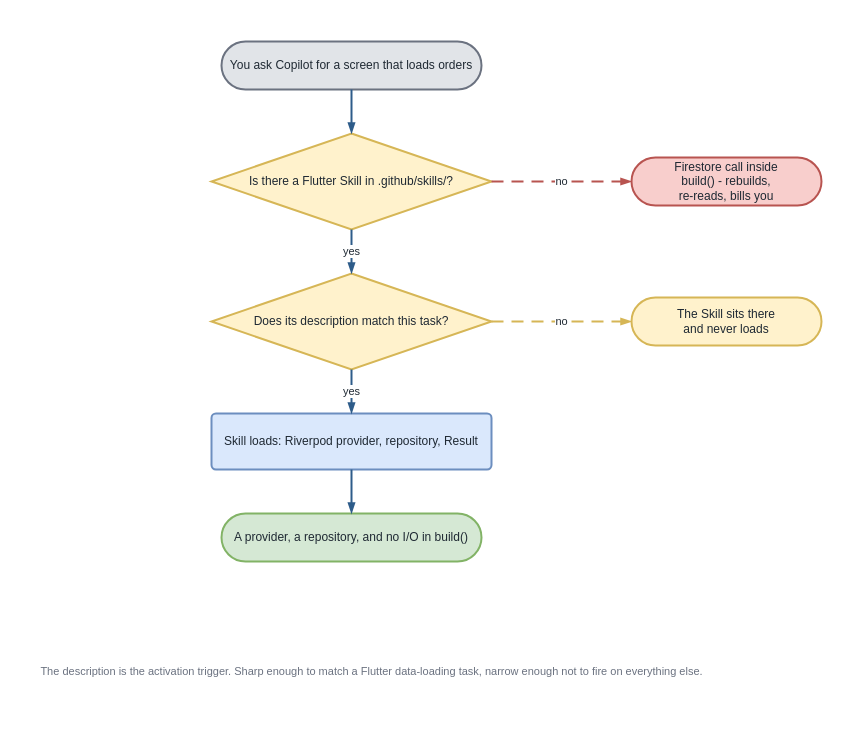
This is src/content/blog/github-copilot-skills/build-flutter-github-copilot-skill-riverpod-firebase/diagrams/flutter-skill-stops-firestore-in-build.drawio from jssuthahar/blog, a draw.io file, before an edit. Source tidied: cells renumbered, new cells numbered last; positions are measured from the earlier drawing's top-left corner, leaving out a move shared by most shapes. Both pictures are drawn from the tidied source at 100%, with x=0, y=0 at pixel (17, 17).
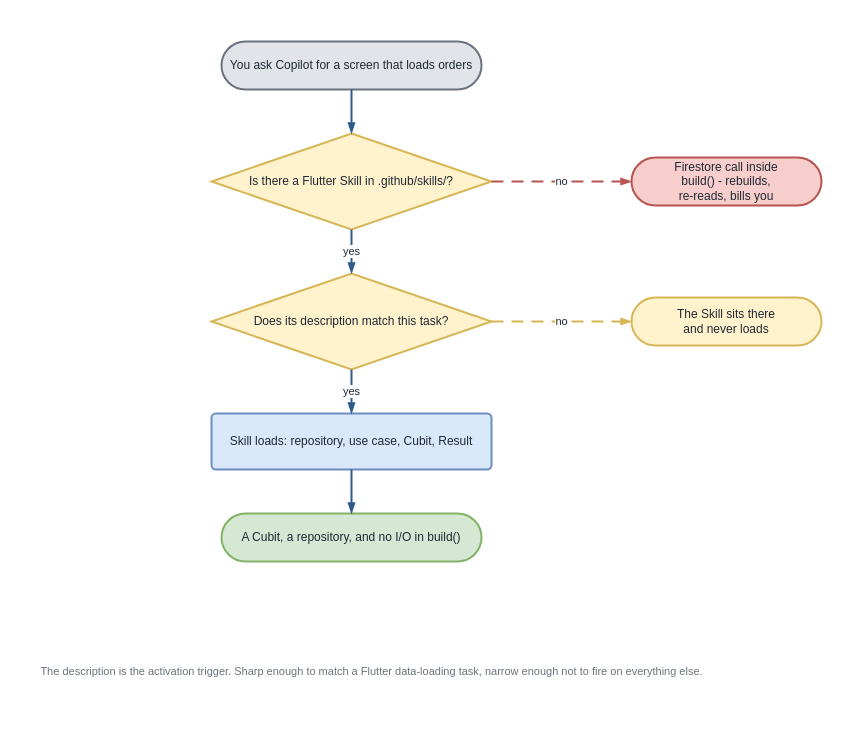
The same page after the edit.

What changed in the source:
```diff
@@
 <mxGraphModel>
   <root>
     <mxCell id="0" />
     <mxCell id="1" parent="0" />
     <mxCell id="2" style="rounded=0;whiteSpace=wrap;html=1;fillColor=#FFFFFF;strokeColor=none;" parent="1" vertex="1">
       <mxGeometry width="828" height="698" as="geometry" />
     </mxCell>
     <mxCell id="3" value="You ask Copilot for a screen that loads orders" style="rounded=1;arcSize=50;whiteSpace=wrap;html=1;fillColor=#E1E4E8;strokeColor=#6B7280;strokeWidth=2;fontSize=12;fontColor=#1F2933;" parent="1" vertex="1">
       <mxGeometry x="204" y="24" width="260" height="48" as="geometry" />
     </mxCell>
     <mxCell id="4" value="Is there a Flutter Skill in .github/skills/?" style="rhombus;whiteSpace=wrap;html=1;fillColor=#FFF2CC;strokeColor=#D6B656;strokeWidth=2;fontSize=12;fontColor=#1F2933;" parent="1" vertex="1">
       <mxGeometry x="194" y="116" width="280" height="96" as="geometry" />
     </mxCell>
     <mxCell id="5" value="Firestore call inside&lt;br&gt;build() - rebuilds,&lt;br&gt;re-reads, bills you" style="rounded=1;arcSize=50;whiteSpace=wrap;html=1;fillColor=#F8CECC;strokeColor=#B85450;strokeWidth=2;fontSize=12;fontColor=#1F2933;" parent="1" vertex="1">
       <mxGeometry x="614" y="140" width="190" height="48" as="geometry" />
     </mxCell>
     <mxCell id="6" value="no" style="html=1;rounded=0;strokeColor=#B85450;strokeWidth=2;fontSize=11;fontColor=#1F2933;labelBackgroundColor=#FFFFFF;endArrow=blockThin;endFill=1;endSize=6;dashed=1;dashPattern=6 4;exitX=1;exitY=0.5;exitDx=0;exitDy=0;" parent="1" edge="1" source="4" target="5">
       <mxGeometry relative="1" as="geometry" />
     </mxCell>
     <mxCell id="7" style="html=1;rounded=0;strokeColor=#2E5C8A;strokeWidth=2;fontSize=11;fontColor=#1F2933;labelBackgroundColor=#FFFFFF;endArrow=blockThin;endFill=1;endSize=6;" parent="1" edge="1" source="3" target="4">
       <mxGeometry relative="1" as="geometry" />
     </mxCell>
     <mxCell id="8" value="Does its description match this task?" style="rhombus;whiteSpace=wrap;html=1;fillColor=#FFF2CC;strokeColor=#D6B656;strokeWidth=2;fontSize=12;fontColor=#1F2933;" parent="1" vertex="1">
       <mxGeometry x="194" y="256" width="280" height="96" as="geometry" />
     </mxCell>
     <mxCell id="9" value="The Skill sits there&lt;br&gt;and never loads" style="rounded=1;arcSize=50;whiteSpace=wrap;html=1;fillColor=#FFF2CC;strokeColor=#D6B656;strokeWidth=2;fontSize=12;fontColor=#1F2933;" parent="1" vertex="1">
       <mxGeometry x="614" y="280" width="190" height="48" as="geometry" />
     </mxCell>
     <mxCell id="10" value="no" style="html=1;rounded=0;strokeColor=#D6B656;strokeWidth=2;fontSize=11;fontColor=#1F2933;labelBackgroundColor=#FFFFFF;endArrow=blockThin;endFill=1;endSize=6;dashed=1;dashPattern=6 4;exitX=1;exitY=0.5;exitDx=0;exitDy=0;" parent="1" edge="1" source="8" target="9">
       <mxGeometry relative="1" as="geometry" />
     </mxCell>
     <mxCell id="11" value="yes" style="html=1;rounded=0;strokeColor=#2E5C8A;strokeWidth=2;fontSize=11;fontColor=#1F2933;labelBackgroundColor=#FFFFFF;endArrow=blockThin;endFill=1;endSize=6;" parent="1" edge="1" source="4" target="8">
       <mxGeometry relative="1" as="geometry" />
     </mxCell>
-    <mxCell id="12" value="Skill loads: Riverpod provider, repository, Result" style="rounded=1;arcSize=8;whiteSpace=wrap;html=1;fillColor=#DAE8FC;strokeColor=#6C8EBF;strokeWidth=2;fontSize=12;fontColor=#1F2933;align=center;" parent="1" vertex="1">
+    <mxCell id="12" value="Skill loads: repository, use case, Cubit, Result" style="rounded=1;arcSize=8;whiteSpace=wrap;html=1;fillColor=#DAE8FC;strokeColor=#6C8EBF;strokeWidth=2;fontSize=12;fontColor=#1F2933;align=center;" parent="1" vertex="1">
       <mxGeometry x="194" y="396" width="280" height="56" as="geometry" />
     </mxCell>
     <mxCell id="13" value="yes" style="html=1;rounded=0;strokeColor=#2E5C8A;strokeWidth=2;fontSize=11;fontColor=#1F2933;labelBackgroundColor=#FFFFFF;endArrow=blockThin;endFill=1;endSize=6;" parent="1" edge="1" source="8" target="12">
       <mxGeometry relative="1" as="geometry" />
     </mxCell>
-    <mxCell id="14" value="A provider, a repository, and no I/O in build()" style="rounded=1;arcSize=50;whiteSpace=wrap;html=1;fillColor=#D5E8D4;strokeColor=#82B366;strokeWidth=2;fontSize=12;fontColor=#1F2933;" parent="1" vertex="1">
+    <mxCell id="14" value="A Cubit, a repository, and no I/O in build()" style="rounded=1;arcSize=50;whiteSpace=wrap;html=1;fillColor=#D5E8D4;strokeColor=#82B366;strokeWidth=2;fontSize=12;fontColor=#1F2933;" parent="1" vertex="1">
       <mxGeometry x="204" y="496" width="260" height="48" as="geometry" />
     </mxCell>
     <mxCell id="15" style="html=1;rounded=0;strokeColor=#2E5C8A;strokeWidth=2;fontSize=11;fontColor=#1F2933;labelBackgroundColor=#FFFFFF;endArrow=blockThin;endFill=1;endSize=6;" parent="1" edge="1" source="12" target="14">
       <mxGeometry relative="1" as="geometry" />
     </mxCell>
     <mxCell id="16" value="The description is the activation trigger. Sharp enough to match a Flutter data-loading task, narrow enough not to fire on everything else." style="text;html=1;align=center;verticalAlign=middle;fontSize=11;fontColor=#6B7280;fontStyle=0;" parent="1" vertex="1">
       <mxGeometry x="24" y="634" width="660" height="40" as="geometry" />
     </mxCell>
   </root>
 </mxGraphModel>
```
